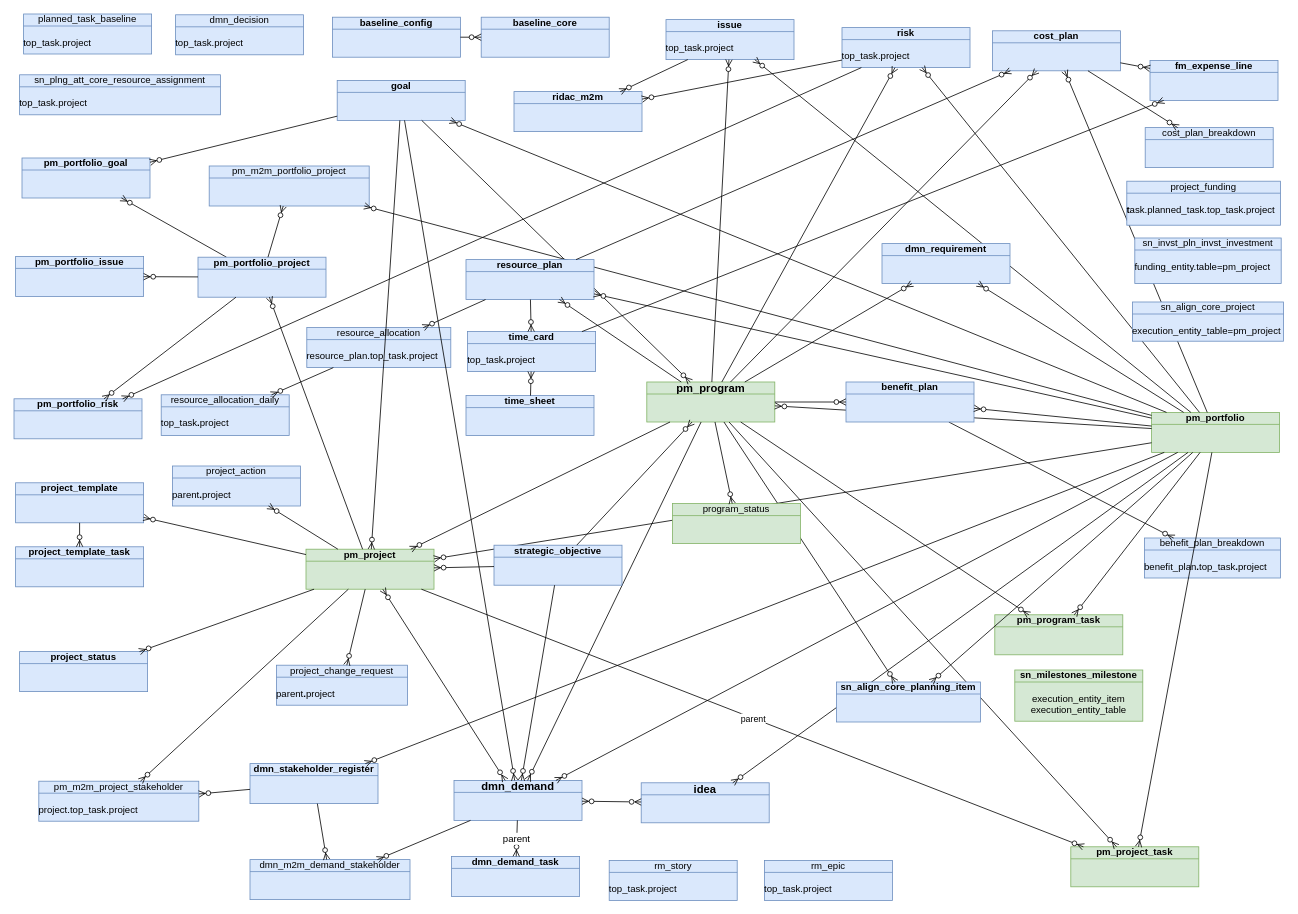
This is page "allTables" (3 of 20) of Sar.drawio from algimas/tmp, a draw.io file, before an edit. Source tidied: cells renumbered, new cells numbered last; positions are measured from the earlier drawing's top-left corner, leaving out a move shared by most shapes. Both pictures are drawn from the tidied source at 80%, with x=0, y=0 at pixel (14, 14).
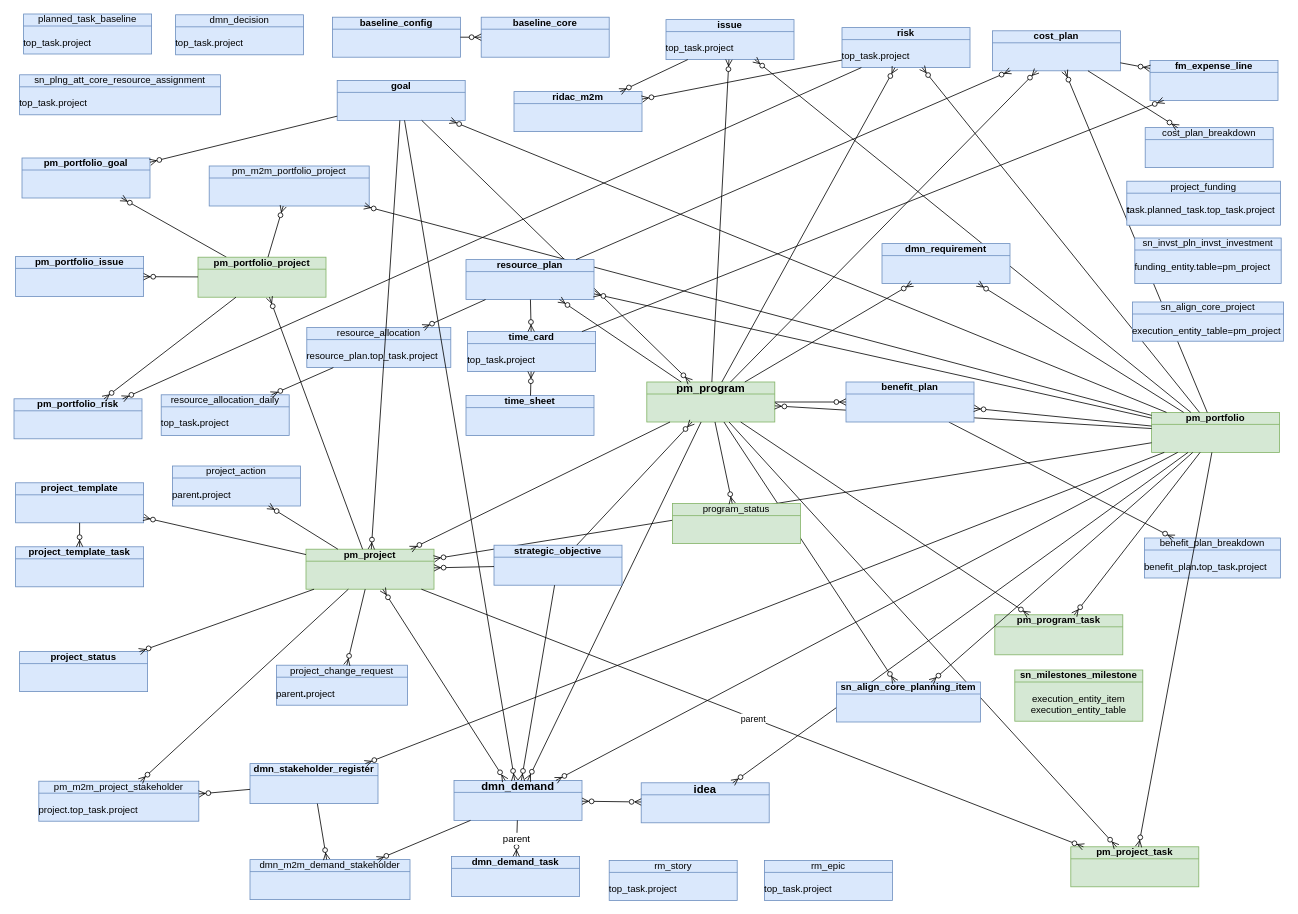
The same page after the edit.

The edit, as a diff of the source:
```diff
@@
-    <mxCell id="19" value="pm_portfolio_project" style="html=1;outlineConnect=0;whiteSpace=wrap;fillColor=#dae8fc;shape=mxgraph.archimate3.businessObject;overflow=fill;strokeColor=#6c8ebf;fontStyle=1;" parent="1" vertex="1">
+    <mxCell id="19" value="pm_portfolio_project" style="html=1;outlineConnect=0;whiteSpace=wrap;fillColor=#d5e8d4;shape=mxgraph.archimate3.businessObject;overflow=fill;strokeColor=#82b366;fontStyle=1;" parent="1" vertex="1">
       <mxGeometry x="230" y="304" width="160" height="50" as="geometry" />
     </mxCell>
```
